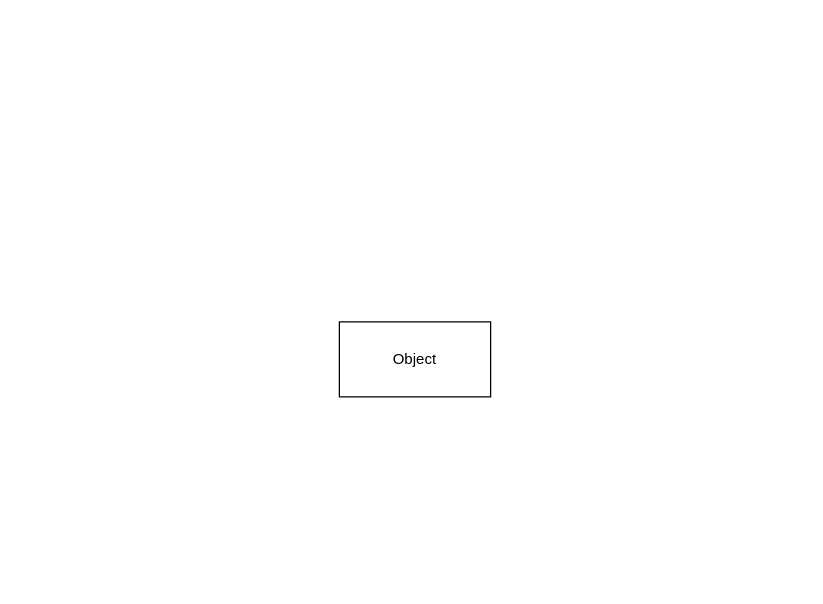
The draw.io diagram Diagrams/office_room_m370.drawio in ivanspajic/ruleless-digital-twins, before the edit. Source tidied: cells renumbered, new cells numbered last; positions are measured from the earlier drawing's top-left corner, leaving out a move shared by most shapes. Both pictures are drawn from the tidied source at 125%, with x=0, y=0 at pixel (339, 321).
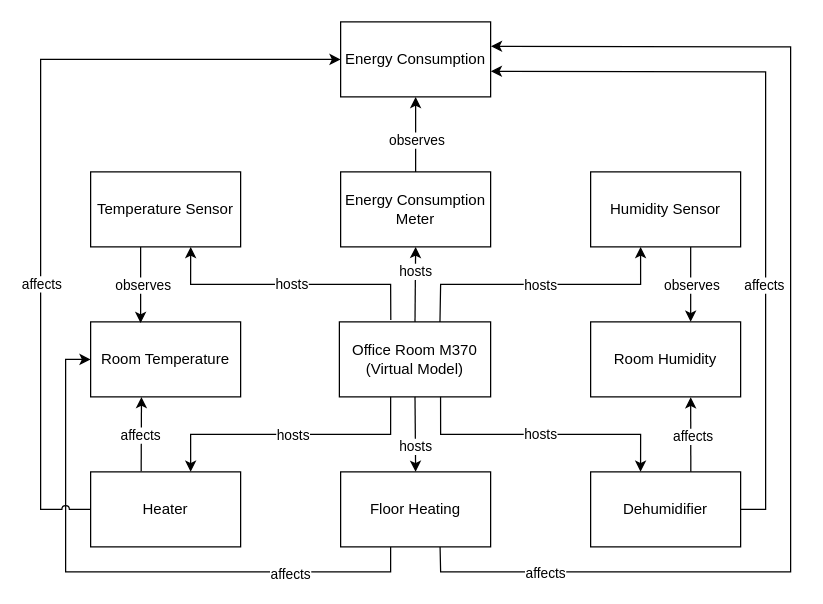
Above is the later version.

The edit, as a diff of the source:
```diff
@@
-    <mxCell id="2" value="Object" style="html=1;whiteSpace=wrap;" parent="1" vertex="1">
+    <mxCell id="2" value="Office Room M370&lt;div&gt;(Virtual Model)&lt;/div&gt;" style="html=1;whiteSpace=wrap;" parent="1" vertex="1">
       <mxGeometry width="121" height="60" as="geometry" />
     </mxCell>
+    <mxCell id="3" value="Room Temperature" style="rounded=0;whiteSpace=wrap;html=1;" parent="1" vertex="1">
+      <mxGeometry x="-199" width="120" height="60" as="geometry" />
+    </mxCell>
+    <mxCell id="4" value="Room Humidity" style="rounded=0;whiteSpace=wrap;html=1;" parent="1" vertex="1">
+      <mxGeometry x="201" width="120" height="60" as="geometry" />
+    </mxCell>
+    <mxCell id="5" value="Temperature Sensor" style="rounded=0;whiteSpace=wrap;html=1;" parent="1" vertex="1">
+      <mxGeometry x="-199" y="-120" width="120" height="60" as="geometry" />
+    </mxCell>
+    <mxCell id="6" value="Heater" style="rounded=0;whiteSpace=wrap;html=1;" parent="1" vertex="1">
+      <mxGeometry x="-199" y="120" width="120" height="60" as="geometry" />
+    </mxCell>
+    <mxCell id="7" value="Floor Heating" style="rounded=0;whiteSpace=wrap;html=1;" parent="1" vertex="1">
+      <mxGeometry x="1" y="120" width="120" height="60" as="geometry" />
+    </mxCell>
+    <mxCell id="8" value="Dehumidifier" style="rounded=0;whiteSpace=wrap;html=1;" parent="1" vertex="1">
+      <mxGeometry x="201" y="120" width="120" height="60" as="geometry" />
+    </mxCell>
+    <mxCell id="9" value="Humidity Sensor" style="rounded=0;whiteSpace=wrap;html=1;" parent="1" vertex="1">
+      <mxGeometry x="201" y="-120" width="120" height="60" as="geometry" />
+    </mxCell>
+    <mxCell id="10" style="endArrow=classic;html=1;rounded=0;" parent="1" edge="1">
+      <mxGeometry relative="1" as="geometry">
+        <mxPoint x="-159" y="-60" as="sourcePoint" />
+        <mxPoint x="-159" y="1" as="targetPoint" />
+      </mxGeometry>
+    </mxCell>
+    <mxCell id="11" value="observes" style="edgeLabel;html=1;align=center;verticalAlign=middle;" parent="10" vertex="1">
+      <mxGeometry x="-0.02" y="1" relative="1" as="geometry" />
+    </mxCell>
+    <mxCell id="12" style="endArrow=classic;html=1;rounded=0;exitX=0.337;exitY=-0.007;exitDx=0;exitDy=0;entryX=0.339;entryY=1.002;entryDx=0;entryDy=0;exitPerimeter=0;entryPerimeter=0;" parent="1" edge="1" source="6" target="3">
+      <mxGeometry relative="1" as="geometry" />
+    </mxCell>
+    <mxCell id="13" value="affects" style="edgeLabel;html=1;align=center;verticalAlign=middle;" parent="12" vertex="1">
+      <mxGeometry x="-0.01" y="1" relative="1" as="geometry" />
+    </mxCell>
+    <mxCell id="14" value="Energy Consumption Meter" style="rounded=0;whiteSpace=wrap;html=1;" parent="1" vertex="1">
+      <mxGeometry x="1" y="-120" width="120" height="60" as="geometry" />
+    </mxCell>
+    <mxCell id="15" style="endArrow=classic;html=1;rounded=0;entryX=0;entryY=0.5;entryDx=0;entryDy=0;" parent="1" edge="1" target="3">
+      <mxGeometry relative="1" as="geometry">
+        <mxPoint x="41" y="180" as="sourcePoint" />
+        <Array as="points">
+          <mxPoint x="41" y="200" />
+          <mxPoint x="-219" y="200" />
+          <mxPoint x="-219" y="30" />
+        </Array>
+      </mxGeometry>
+    </mxCell>
+    <mxCell id="16" value="affects" style="edgeLabel;html=1;align=center;verticalAlign=middle;" parent="15" vertex="1">
+      <mxGeometry x="-0.38" y="1" relative="1" as="geometry">
+        <mxPoint x="45" as="offset" />
+      </mxGeometry>
+    </mxCell>
+    <mxCell id="17" style="endArrow=classic;html=1;rounded=0;exitX=0.5;exitY=1;exitDx=0;exitDy=0;entryX=0.5;entryY=0;entryDx=0;entryDy=0;" parent="1" edge="1" source="2" target="7">
+      <mxGeometry relative="1" as="geometry" />
+    </mxCell>
+    <mxCell id="18" value="hosts" style="edgeLabel;html=1;align=center;verticalAlign=middle;" parent="17" vertex="1">
+      <mxGeometry x="0.21" relative="1" as="geometry">
+        <mxPoint y="4" as="offset" />
+      </mxGeometry>
+    </mxCell>
+    <mxCell id="19" style="endArrow=classic;html=1;rounded=0;exitX=0.339;exitY=1;exitDx=0;exitDy=0;exitPerimeter=0;entryX=0.667;entryY=0;entryDx=0;entryDy=0;entryPerimeter=0;" parent="1" edge="1" source="2" target="6">
+      <mxGeometry relative="1" as="geometry">
+        <Array as="points">
+          <mxPoint x="41" y="90" />
+          <mxPoint x="-119" y="90" />
+        </Array>
+      </mxGeometry>
+    </mxCell>
+    <mxCell id="20" value="hosts" style="edgeLabel;html=1;align=center;verticalAlign=middle;" parent="19" vertex="1">
+      <mxGeometry x="-0.01" relative="1" as="geometry" />
+    </mxCell>
+    <mxCell id="21" style="endArrow=classic;html=1;rounded=0;exitX=0.669;exitY=1;exitDx=0;exitDy=0;exitPerimeter=0;entryX=0.333;entryY=0;entryDx=0;entryDy=0;entryPerimeter=0;" parent="1" edge="1" source="2" target="8">
+      <mxGeometry relative="1" as="geometry">
+        <Array as="points">
+          <mxPoint x="81" y="90" />
+          <mxPoint x="241" y="90" />
+        </Array>
+      </mxGeometry>
+    </mxCell>
+    <mxCell id="22" value="hosts" style="edgeLabel;html=1;align=center;verticalAlign=middle;" parent="21" vertex="1">
+      <mxGeometry y="1" relative="1" as="geometry" />
+    </mxCell>
+    <mxCell id="23" style="endArrow=classic;html=1;rounded=0;exitX=0.5;exitY=0;exitDx=0;exitDy=0;entryX=0.5;entryY=1;entryDx=0;entryDy=0;" parent="1" edge="1" source="2" target="14">
+      <mxGeometry relative="1" as="geometry" />
+    </mxCell>
+    <mxCell id="24" value="hosts" style="edgeLabel;html=1;align=center;verticalAlign=middle;" parent="23" vertex="1">
+      <mxGeometry x="0.06" y="1" relative="1" as="geometry">
+        <mxPoint x="1" y="-8" as="offset" />
+      </mxGeometry>
+    </mxCell>
+    <mxCell id="25" style="endArrow=classic;html=1;rounded=0;exitX=0.34;exitY=-0.026;exitDx=0;exitDy=0;exitPerimeter=0;entryX=0.667;entryY=1;entryDx=0;entryDy=0;entryPerimeter=0;" parent="1" edge="1" source="2" target="5">
+      <mxGeometry relative="1" as="geometry">
+        <Array as="points">
+          <mxPoint x="41" y="-30" />
+          <mxPoint x="-119" y="-30" />
+        </Array>
+      </mxGeometry>
+    </mxCell>
+    <mxCell id="26" value="hosts" style="edgeLabel;html=1;align=center;verticalAlign=middle;" parent="25" vertex="1">
+      <mxGeometry x="-0.09" y="-1" relative="1" as="geometry">
+        <mxPoint x="-9" as="offset" />
+      </mxGeometry>
+    </mxCell>
+    <mxCell id="27" style="endArrow=classic;html=1;rounded=0;exitX=0.665;exitY=0.003;exitDx=0;exitDy=0;exitPerimeter=0;entryX=0.333;entryY=1;entryDx=0;entryDy=0;entryPerimeter=0;" parent="1" edge="1" source="2" target="9">
+      <mxGeometry relative="1" as="geometry">
+        <Array as="points">
+          <mxPoint x="81" y="-30" />
+          <mxPoint x="241" y="-30" />
+        </Array>
+      </mxGeometry>
+    </mxCell>
+    <mxCell id="28" value="hosts" style="edgeLabel;html=1;align=center;verticalAlign=middle;" parent="27" vertex="1">
+      <mxGeometry x="0.03" y="-2" relative="1" as="geometry">
+        <mxPoint x="-3" y="-2" as="offset" />
+      </mxGeometry>
+    </mxCell>
+    <mxCell id="29" style="endArrow=classic;html=1;rounded=0;exitX=0.667;exitY=1;exitDx=0;exitDy=0;exitPerimeter=0;entryX=0.667;entryY=0;entryDx=0;entryDy=0;entryPerimeter=0;" parent="1" edge="1" source="9" target="4">
+      <mxGeometry relative="1" as="geometry" />
+    </mxCell>
+    <mxCell id="30" value="observes" style="edgeLabel;html=1;align=center;verticalAlign=middle;" parent="29" vertex="1">
+      <mxGeometry x="0.01" relative="1" as="geometry" />
+    </mxCell>
+    <mxCell id="31" style="endArrow=classic;html=1;rounded=0;exitX=0.668;exitY=-0.003;exitDx=0;exitDy=0;exitPerimeter=0;entryX=0.667;entryY=1.004;entryDx=0;entryDy=0;entryPerimeter=0;" parent="1" edge="1" source="8" target="4">
+      <mxGeometry relative="1" as="geometry" />
+    </mxCell>
+    <mxCell id="32" value="affects" style="edgeLabel;html=1;align=center;verticalAlign=middle;" parent="31" vertex="1">
+      <mxGeometry x="-0.07" y="-1" relative="1" as="geometry" />
+    </mxCell>
+    <mxCell id="33" value="Energy Consumption" style="rounded=0;whiteSpace=wrap;html=1;" parent="1" vertex="1">
+      <mxGeometry x="1" y="-240" width="120" height="60" as="geometry" />
+    </mxCell>
+    <mxCell id="34" style="endArrow=classic;html=1;rounded=0;exitX=0.5;exitY=0;exitDx=0;exitDy=0;entryX=0.5;entryY=1;entryDx=0;entryDy=0;" parent="1" edge="1" source="14" target="33">
+      <mxGeometry relative="1" as="geometry" />
+    </mxCell>
+    <mxCell id="35" value="observes" style="edgeLabel;html=1;align=center;verticalAlign=middle;" parent="34" vertex="1">
+      <mxGeometry x="-0.15" relative="1" as="geometry" />
+    </mxCell>
+    <mxCell id="36" style="endArrow=classic;html=1;rounded=0;exitX=0;exitY=0.5;exitDx=0;exitDy=0;jumpStyle=arc;entryX=0;entryY=0.5;entryDx=0;entryDy=0;" parent="1" edge="1" source="6" target="33">
+      <mxGeometry relative="1" as="geometry">
+        <Array as="points">
+          <mxPoint x="-239" y="150" />
+          <mxPoint x="-239" y="-210" />
+        </Array>
+      </mxGeometry>
+    </mxCell>
+    <mxCell id="37" value="affects" style="edgeLabel;html=1;align=center;verticalAlign=middle;" parent="36" vertex="1">
+      <mxGeometry x="-0.15" relative="1" as="geometry">
+        <mxPoint y="52" as="offset" />
+      </mxGeometry>
+    </mxCell>
+    <mxCell id="38" style="endArrow=classic;html=1;rounded=0;exitX=1;exitY=0.5;exitDx=0;exitDy=0;entryX=1.001;entryY=0.659;entryDx=0;entryDy=0;entryPerimeter=0;" parent="1" edge="1" source="8" target="33">
+      <mxGeometry relative="1" as="geometry">
+        <Array as="points">
+          <mxPoint x="341" y="150" />
+          <mxPoint x="341" y="-200" />
+        </Array>
+      </mxGeometry>
+    </mxCell>
+    <mxCell id="39" value="affects" style="edgeLabel;html=1;align=center;verticalAlign=middle;" parent="38" vertex="1">
+      <mxGeometry x="-0.32" y="2" relative="1" as="geometry">
+        <mxPoint y="1" as="offset" />
+      </mxGeometry>
+    </mxCell>
+    <mxCell id="40" style="endArrow=classic;html=1;rounded=0;exitX=0.663;exitY=1.003;exitDx=0;exitDy=0;exitPerimeter=0;entryX=1.002;entryY=0.326;entryDx=0;entryDy=0;entryPerimeter=0;" parent="1" edge="1" source="7" target="33">
+      <mxGeometry relative="1" as="geometry">
+        <Array as="points">
+          <mxPoint x="81" y="200" />
+          <mxPoint x="361" y="200" />
+          <mxPoint x="361" y="-220" />
+        </Array>
+      </mxGeometry>
+    </mxCell>
+    <mxCell id="41" value="affects" style="edgeLabel;html=1;align=center;verticalAlign=middle;" parent="40" vertex="1">
+      <mxGeometry x="-0.63" relative="1" as="geometry">
+        <mxPoint x="-75" as="offset" />
+      </mxGeometry>
+    </mxCell>
```
